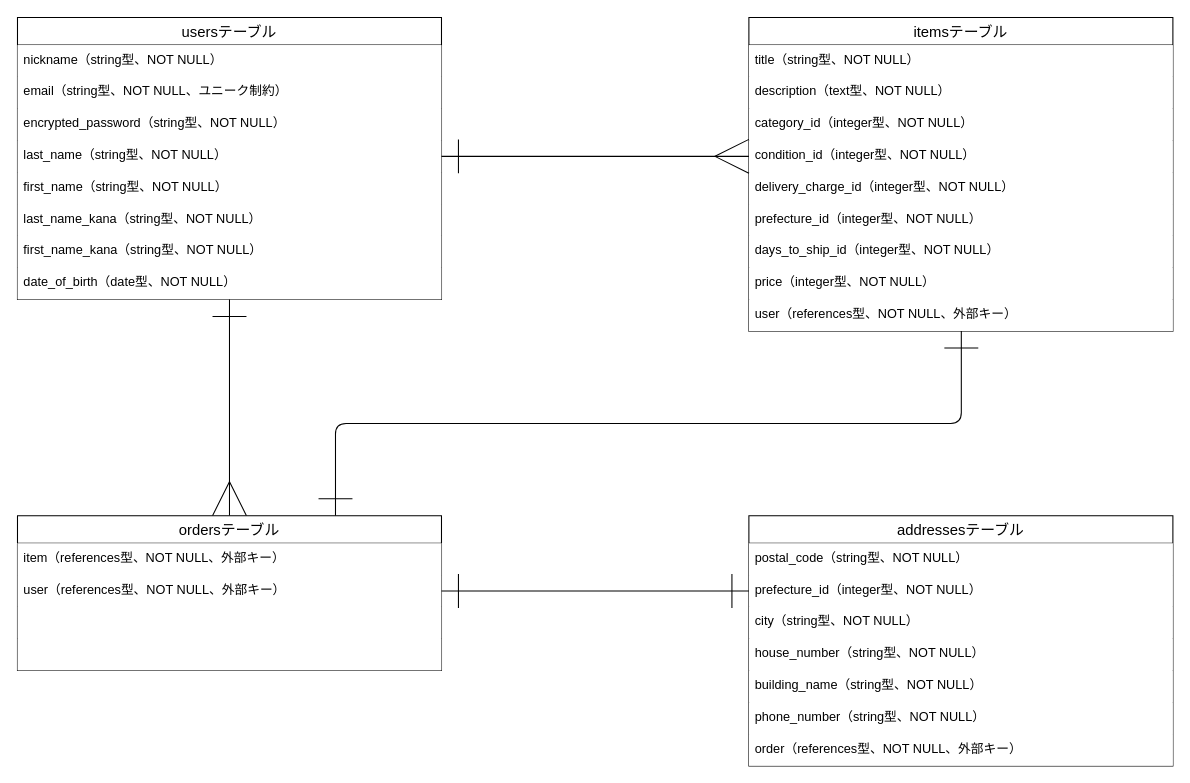
The draw.io diagram ER_frima.dio in barsea/furima-36858, before the edit. Source tidied: cells renumbered, new cells numbered last; positions are measured from the earlier drawing's top-left corner, leaving out a move shared by most shapes. Both pictures are drawn from the tidied source at 106%, with x=0, y=0 at pixel (17, 17).
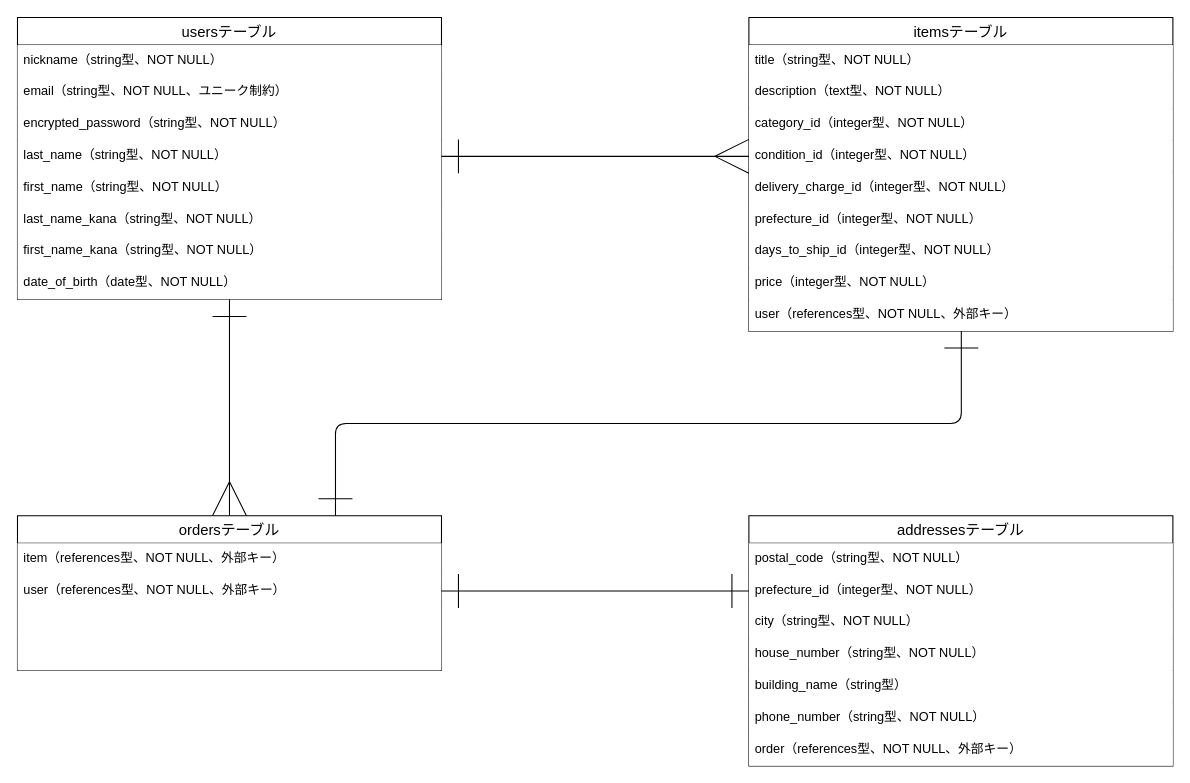
Above is the later version.

The change refers to these unchanged cells:
```xml
<mxCell id="29" value="addressesテーブル" style="swimlane;fontStyle=0;horizontal=1;startSize=26;align=center;fontSize=14;strokeColor=default;" parent="1" vertex="1">
  <mxGeometry x="690" y="470" width="400" height="236" as="geometry" />
</mxCell>
```

Change to the diagram source:
```diff
@@
-    <mxCell id="34" value="building_name（string型、NOT NULL）" style="text;strokeColor=none;fillColor=default;spacingLeft=4;spacingRight=4;overflow=hidden;fontSize=12;" parent="29" vertex="1">
+    <mxCell id="34" value="building_name（string型）" style="text;strokeColor=none;fillColor=default;spacingLeft=4;spacingRight=4;overflow=hidden;fontSize=12;" parent="29" vertex="1">
       <mxGeometry y="146" width="400" height="30" as="geometry" />
     </mxCell>
```
